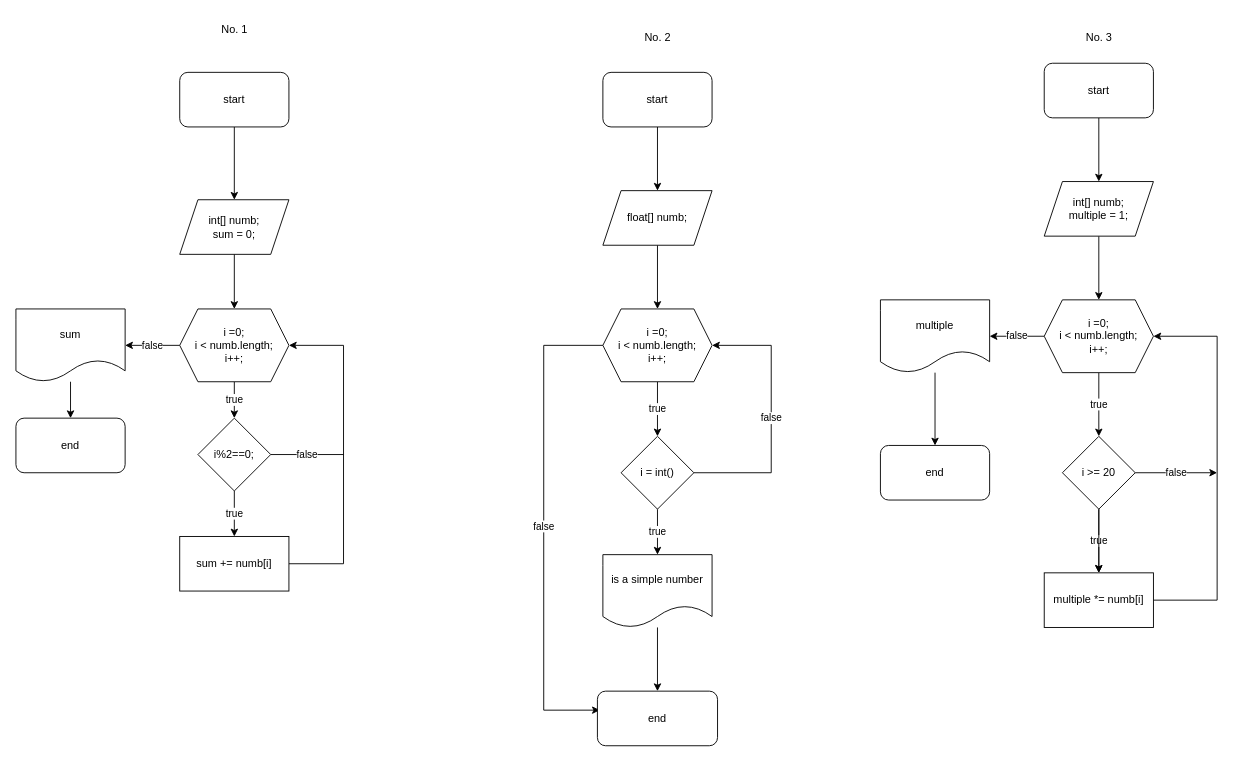
The draw.io diagram P418-Homework3.drawio in OAlasgarli08/P418-Homework3, before the edit. Source tidied: cells renumbered, new cells numbered last; positions are measured from the earlier drawing's top-left corner, leaving out a move shared by most shapes. Both pictures are drawn from the tidied source at 91%, with x=0, y=0 at pixel (15, 15).
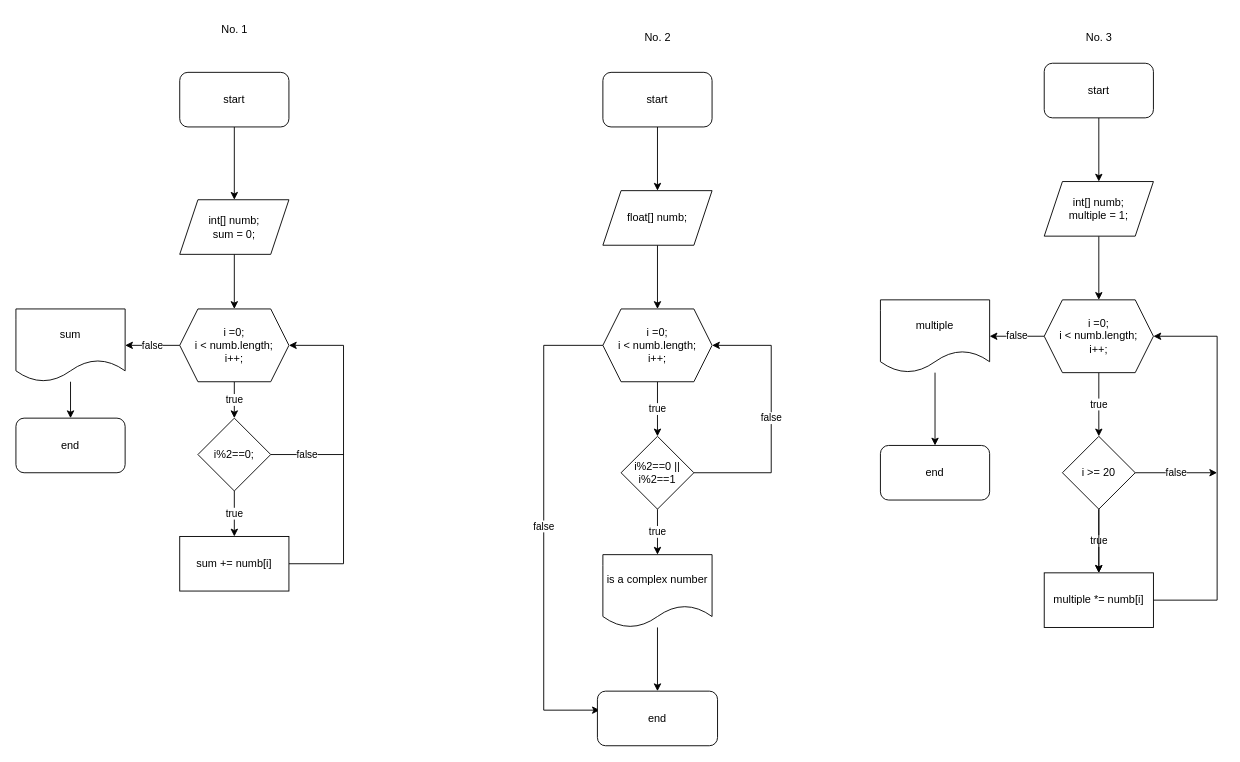
The same page after the edit.

Commit message:
Fixed second task

The edit, as a diff of the source:
```diff
@@
-    <mxCell id="45" value="i = int()" style="rhombus;whiteSpace=wrap;html=1;" parent="1" vertex="1">
+    <mxCell id="45" value="i%2==0 || i%2==1" style="rhombus;whiteSpace=wrap;html=1;" parent="1" vertex="1">
       <mxGeometry x="665" y="462" width="80" height="80" as="geometry" />
     </mxCell>
@@
-    <mxCell id="47" value="is a simple number" style="shape=document;whiteSpace=wrap;html=1;boundedLbl=1;" parent="1" vertex="1">
+    <mxCell id="47" value="is a complex number" style="shape=document;whiteSpace=wrap;html=1;boundedLbl=1;" parent="1" vertex="1">
       <mxGeometry x="645" y="592" width="120" height="80" as="geometry" />
     </mxCell>
```
